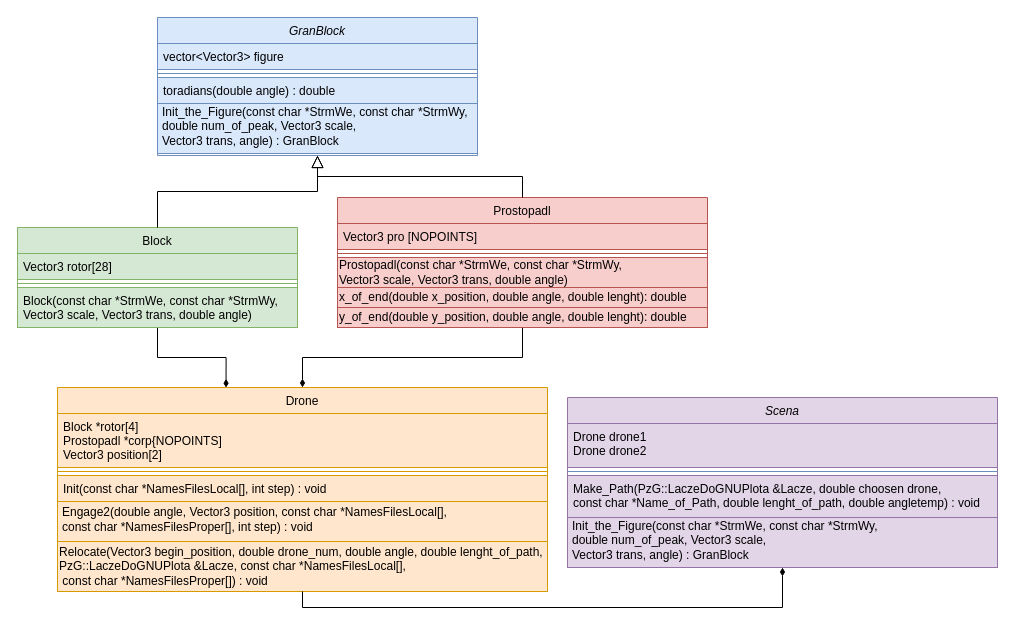
The draw.io diagram Drone.drawio in 259355/Zadanie3, before the edit. Source tidied: cells renumbered, new cells numbered last; positions are measured from the earlier drawing's top-left corner, leaving out a move shared by most shapes. Both pictures are drawn from the tidied source at 100%, with x=0, y=0 at pixel (17, 17).
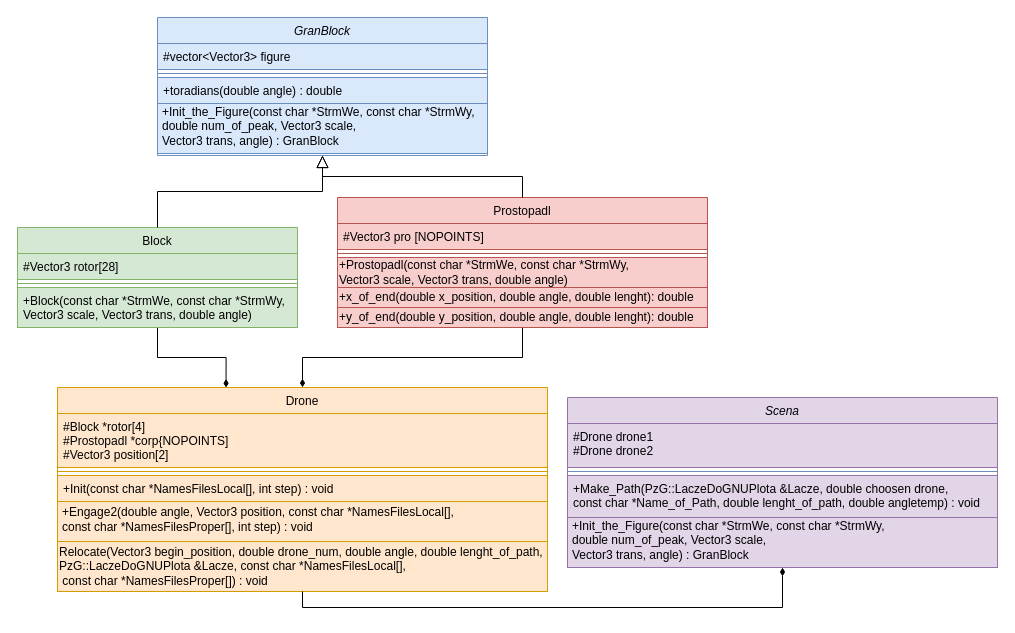
Above is the later version.

The change refers to these unchanged cells:
```xml
<mxCell id="8" value="Block" style="swimlane;fontStyle=0;align=center;verticalAlign=top;horizontal=1;startSize=26;rounded=0;shadow=0;strokeWidth=1;fillColor=#d5e8d4;strokeColor=#82b366;" parent="1" vertex="1">
  <mxGeometry y="210" width="280" height="100" as="geometry" />
</mxCell>
<mxCell id="14" value="Prostopadl" style="swimlane;fontStyle=0;align=center;verticalAlign=top;horizontal=1;startSize=26;rounded=0;shadow=0;strokeWidth=1;fillColor=#f8cecc;strokeColor=#b85450;" parent="1" vertex="1">
  <mxGeometry x="320" y="180" width="370" height="130" as="geometry" />
</mxCell>
<mxCell id="21" value="Drone" style="swimlane;fontStyle=0;align=center;verticalAlign=top;horizontal=1;startSize=26;rounded=0;shadow=0;strokeWidth=1;fillColor=#ffe6cc;strokeColor=#d79b00;" parent="1" vertex="1">
  <mxGeometry x="40" y="370" width="490" height="204" as="geometry" />
</mxCell>
<mxCell id="27" value="Scena" style="swimlane;fontStyle=2;align=center;verticalAlign=top;horizontal=1;startSize=26;rounded=0;shadow=0;strokeWidth=1;fillColor=#e1d5e7;strokeColor=#9673a6;" parent="1" vertex="1">
  <mxGeometry x="550" y="380" width="430" height="170" as="geometry" />
</mxCell>
```

Diff of the diagram source:
```diff
@@
     <mxCell id="2" value="GranBlock" style="swimlane;fontStyle=2;align=center;verticalAlign=top;horizontal=1;startSize=26;rounded=0;shadow=0;strokeWidth=1;fillColor=#dae8fc;strokeColor=#6c8ebf;" parent="1" vertex="1">
-      <mxGeometry x="140" width="320" height="138" as="geometry" />
+      <mxGeometry x="140" width="330" height="138" as="geometry" />
     </mxCell>
-    <mxCell id="3" value="vector&lt;Vector3&gt; figure" style="text;align=left;verticalAlign=top;spacingLeft=4;spacingRight=4;overflow=hidden;fillColor=#dae8fc;strokeColor=#6c8ebf;" parent="2" vertex="1">
-      <mxGeometry y="26" width="320" height="26" as="geometry" />
+    <mxCell id="3" value="#vector&lt;Vector3&gt; figure" style="text;align=left;verticalAlign=top;spacingLeft=4;spacingRight=4;overflow=hidden;fillColor=#dae8fc;strokeColor=#6c8ebf;" parent="2" vertex="1">
+      <mxGeometry y="26" width="330" height="26" as="geometry" />
     </mxCell>
     <mxCell id="4" style="line;html=1;strokeWidth=1;align=left;verticalAlign=middle;spacingTop=-1;spacingLeft=3;spacingRight=3;labelPosition=right;fillColor=#dae8fc;strokeColor=#6c8ebf;" parent="2" vertex="1">
-      <mxGeometry y="52" width="320" height="8" as="geometry" />
+      <mxGeometry y="52" width="330" height="8" as="geometry" />
     </mxCell>
-    <mxCell id="5" value="toradians(double angle) : double" style="text;align=left;verticalAlign=top;spacingLeft=4;spacingRight=4;overflow=hidden;fillColor=#dae8fc;strokeColor=#6c8ebf;" parent="2" vertex="1">
-      <mxGeometry y="60" width="320" height="26" as="geometry" />
+    <mxCell id="5" value="+toradians(double angle) : double" style="text;align=left;verticalAlign=top;spacingLeft=4;spacingRight=4;overflow=hidden;fillColor=#dae8fc;strokeColor=#6c8ebf;" parent="2" vertex="1">
+      <mxGeometry y="60" width="330" height="26" as="geometry" />
     </mxCell>
-    <mxCell id="6" value="Init_the_Figure(const char *StrmWe, const char *StrmWy,&lt;br&gt;double num_of_peak, Vector3 scale,&lt;br&gt;Vector3 trans, angle) : GranBlock" style="text;html=1;align=left;verticalAlign=middle;strokeColor=#6c8ebf;spacingLeft=3;spacingBottom=5;fillColor=#dae8fc;" parent="2" vertex="1">
-      <mxGeometry y="86" width="320" height="50" as="geometry" />
+    <mxCell id="6" value="+Init_the_Figure(const char *StrmWe, const char *StrmWy,&lt;br&gt;double num_of_peak, Vector3 scale,&lt;br&gt;Vector3 trans, angle) : GranBlock" style="text;html=1;align=left;verticalAlign=middle;strokeColor=#6c8ebf;spacingLeft=3;spacingBottom=5;fillColor=#dae8fc;" parent="2" vertex="1">
+      <mxGeometry y="86" width="330" height="50" as="geometry" />
     </mxCell>
@@
-    <mxCell id="9" value="Vector3 rotor[28]" style="text;align=left;verticalAlign=top;spacingLeft=4;spacingRight=4;overflow=hidden;fillColor=#d5e8d4;strokeColor=#82b366;" parent="8" vertex="1">
+    <mxCell id="9" value="#Vector3 rotor[28]" style="text;align=left;verticalAlign=top;spacingLeft=4;spacingRight=4;overflow=hidden;fillColor=#d5e8d4;strokeColor=#82b366;" parent="8" vertex="1">
       <mxGeometry y="26" width="280" height="26" as="geometry" />
     </mxCell>
@@
-    <mxCell id="11" value="Block(const char *StrmWe, const char *StrmWy,&#10;Vector3 scale, Vector3 trans, double angle)" style="text;align=left;verticalAlign=top;spacingLeft=4;spacingRight=4;overflow=hidden;fontStyle=0;fillColor=#d5e8d4;strokeColor=#82b366;" parent="8" vertex="1">
+    <mxCell id="11" value="+Block(const char *StrmWe, const char *StrmWy,&#10;Vector3 scale, Vector3 trans, double angle)" style="text;align=left;verticalAlign=top;spacingLeft=4;spacingRight=4;overflow=hidden;fontStyle=0;fillColor=#d5e8d4;strokeColor=#82b366;" parent="8" vertex="1">
       <mxGeometry y="60" width="280" height="40" as="geometry" />
     </mxCell>
@@
-    <mxCell id="15" value="Vector3 pro [NOPOINTS]" style="text;align=left;verticalAlign=top;spacingLeft=4;spacingRight=4;overflow=hidden;fillColor=#f8cecc;strokeColor=#b85450;" parent="14" vertex="1">
+    <mxCell id="15" value="#Vector3 pro [NOPOINTS]" style="text;align=left;verticalAlign=top;spacingLeft=4;spacingRight=4;overflow=hidden;fillColor=#f8cecc;strokeColor=#b85450;" parent="14" vertex="1">
       <mxGeometry y="26" width="370" height="26" as="geometry" />
     </mxCell>
@@
-    <mxCell id="17" value="&lt;span style=&quot;&quot;&gt;Prostopadl(const char *StrmWe, const char *StrmWy,&lt;/span&gt;&lt;br style=&quot;padding: 0px; margin: 0px;&quot;&gt;&lt;span style=&quot;&quot;&gt;Vector3 scale, Vector3 trans, double angle)&lt;/span&gt;" style="text;html=1;align=left;verticalAlign=middle;strokeColor=#b85450;spacingLeft=0;fillColor=#f8cecc;" parent="14" vertex="1">
+    <mxCell id="17" value="&lt;span&gt;+Prostopadl(const char *StrmWe, const char *StrmWy,&lt;/span&gt;&lt;br style=&quot;padding: 0px ; margin: 0px&quot;&gt;&lt;span&gt;Vector3 scale, Vector3 trans, double angle)&lt;/span&gt;" style="text;html=1;align=left;verticalAlign=middle;strokeColor=#b85450;spacingLeft=0;fillColor=#f8cecc;" parent="14" vertex="1">
       <mxGeometry y="60" width="370" height="30" as="geometry" />
     </mxCell>
-    <mxCell id="18" value="x_of_end(double x_position, double angle, double lenght): double" style="text;html=1;align=left;verticalAlign=middle;strokeColor=#b85450;fillColor=#f8cecc;" parent="14" vertex="1">
+    <mxCell id="18" value="+x_of_end(double x_position, double angle, double lenght): double" style="text;html=1;align=left;verticalAlign=middle;strokeColor=#b85450;fillColor=#f8cecc;" parent="14" vertex="1">
       <mxGeometry y="90" width="370" height="20" as="geometry" />
     </mxCell>
-    <mxCell id="19" value="y_of_end(double y_position, double angle, double lenght): double" style="text;html=1;align=left;verticalAlign=middle;strokeColor=#b85450;fillColor=#f8cecc;" parent="14" vertex="1">
+    <mxCell id="19" value="+y_of_end(double y_position, double angle, double lenght): double" style="text;html=1;align=left;verticalAlign=middle;strokeColor=#b85450;fillColor=#f8cecc;" parent="14" vertex="1">
       <mxGeometry y="110" width="370" height="20" as="geometry" />
     </mxCell>
@@
-    <mxCell id="22" value="Block *rotor[4]&#10;Prostopadl *corp{NOPOINTS]&#10;Vector3 position[2]" style="text;align=left;verticalAlign=top;spacingLeft=4;spacingRight=4;overflow=hidden;fillColor=#ffe6cc;strokeColor=#d79b00;" parent="21" vertex="1">
+    <mxCell id="22" value="#Block *rotor[4]&#10;#Prostopadl *corp{NOPOINTS]&#10;#Vector3 position[2]" style="text;align=left;verticalAlign=top;spacingLeft=4;spacingRight=4;overflow=hidden;fillColor=#ffe6cc;strokeColor=#d79b00;" parent="21" vertex="1">
       <mxGeometry y="26" width="490" height="54" as="geometry" />
     </mxCell>
@@
-    <mxCell id="24" value="Init(const char *NamesFilesLocal[], int step) : void" style="text;align=left;verticalAlign=top;spacingLeft=4;spacingRight=4;overflow=hidden;fillColor=#ffe6cc;strokeColor=#d79b00;" parent="21" vertex="1">
+    <mxCell id="24" value="+Init(const char *NamesFilesLocal[], int step) : void" style="text;align=left;verticalAlign=top;spacingLeft=4;spacingRight=4;overflow=hidden;fillColor=#ffe6cc;strokeColor=#d79b00;" parent="21" vertex="1">
       <mxGeometry y="88" width="490" height="26" as="geometry" />
     </mxCell>
-    <mxCell id="25" value="Engage2(double angle, Vector3 position, const char *NamesFilesLocal[],&lt;br&gt;const char *NamesFilesProper[], int step) : void" style="text;html=1;align=left;verticalAlign=middle;strokeColor=#d79b00;spacingLeft=3;spacingBottom=5;fillColor=#ffe6cc;" parent="21" vertex="1">
+    <mxCell id="25" value="+Engage2(double angle, Vector3 position, const char *NamesFilesLocal[],&lt;br&gt;const char *NamesFilesProper[], int step) : void" style="text;html=1;align=left;verticalAlign=middle;strokeColor=#d79b00;spacingLeft=3;spacingBottom=5;fillColor=#ffe6cc;" parent="21" vertex="1">
       <mxGeometry y="114" width="490" height="40" as="geometry" />
     </mxCell>
@@
-    <mxCell id="28" value="Drone drone1&#10;Drone drone2&#10;" style="text;align=left;verticalAlign=top;spacingLeft=4;spacingRight=4;overflow=hidden;fillColor=#e1d5e7;strokeColor=#9673a6;" parent="27" vertex="1">
+    <mxCell id="28" value="#Drone drone1&#10;#Drone drone2&#10;" style="text;align=left;verticalAlign=top;spacingLeft=4;spacingRight=4;overflow=hidden;fillColor=#e1d5e7;strokeColor=#9673a6;" parent="27" vertex="1">
       <mxGeometry y="26" width="430" height="44" as="geometry" />
     </mxCell>
@@
-    <mxCell id="30" value="Make_Path(PzG::LaczeDoGNUPlota &amp;Lacze, double choosen drone,&#10;const char *Name_of_Path, double lenght_of_path, double angletemp) : void&#10;" style="text;align=left;verticalAlign=top;spacingLeft=4;spacingRight=4;overflow=hidden;fillColor=#e1d5e7;strokeColor=#9673a6;" parent="27" vertex="1">
+    <mxCell id="30" value="+Make_Path(PzG::LaczeDoGNUPlota &amp;Lacze, double choosen drone,&#10;const char *Name_of_Path, double lenght_of_path, double angletemp) : void&#10;" style="text;align=left;verticalAlign=top;spacingLeft=4;spacingRight=4;overflow=hidden;fillColor=#e1d5e7;strokeColor=#9673a6;" parent="27" vertex="1">
       <mxGeometry y="78" width="430" height="42" as="geometry" />
     </mxCell>
-    <mxCell id="31" value="Init_the_Figure(const char *StrmWe, const char *StrmWy,&lt;br&gt;double num_of_peak, Vector3 scale,&lt;br&gt;Vector3 trans, angle) : GranBlock" style="text;html=1;align=left;verticalAlign=middle;strokeColor=#9673a6;spacingLeft=3;spacingBottom=5;fillColor=#e1d5e7;" parent="27" vertex="1">
+    <mxCell id="31" value="+Init_the_Figure(const char *StrmWe, const char *StrmWy,&lt;br&gt;double num_of_peak, Vector3 scale,&lt;br&gt;Vector3 trans, angle) : GranBlock" style="text;html=1;align=left;verticalAlign=middle;strokeColor=#9673a6;spacingLeft=3;spacingBottom=5;fillColor=#e1d5e7;" parent="27" vertex="1">
       <mxGeometry y="120" width="430" height="50" as="geometry" />
     </mxCell>
```
